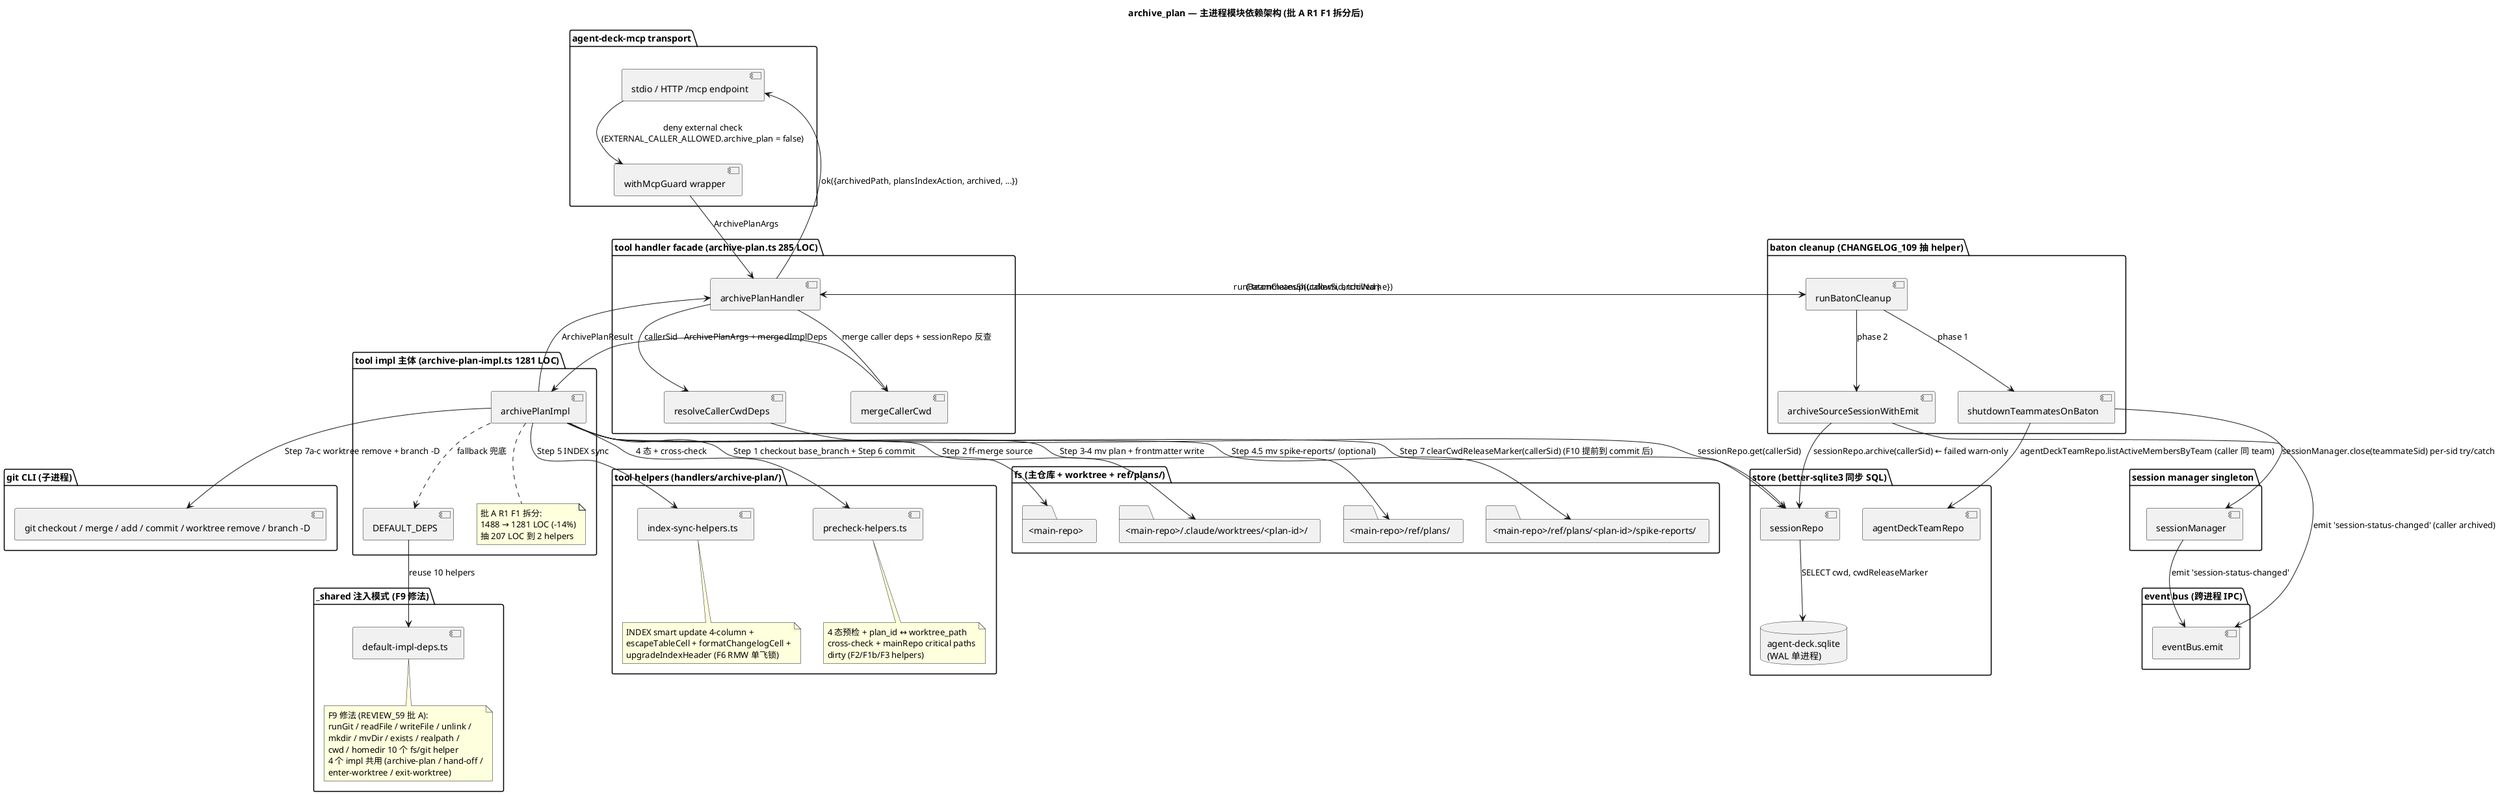
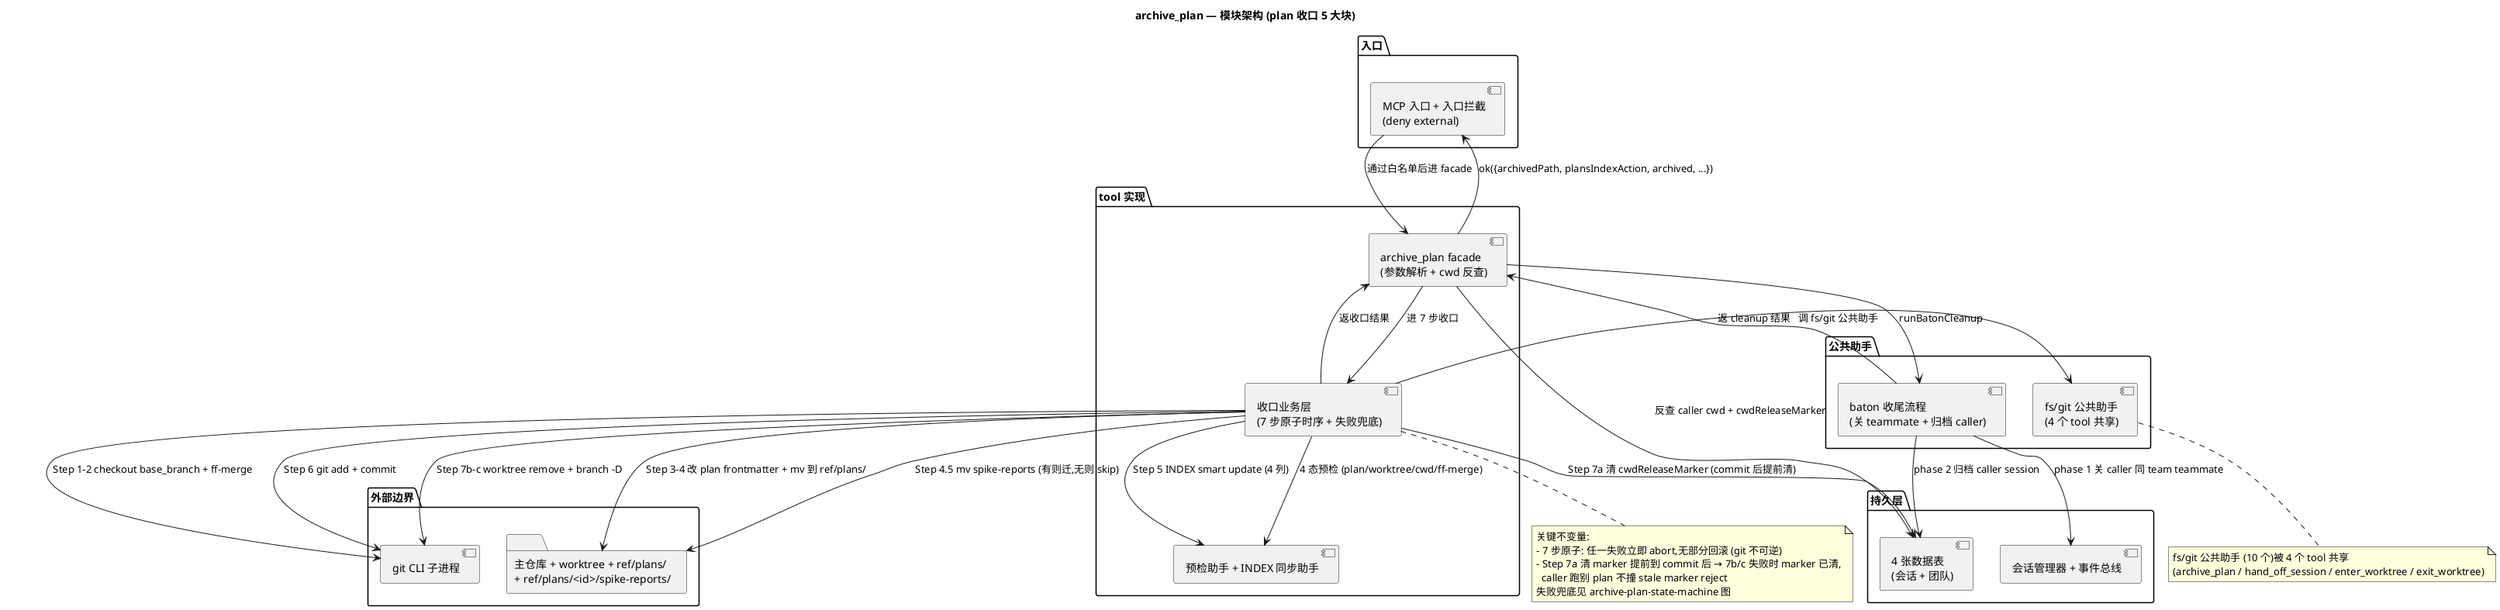
- ' commit: d5549c6 (deep-review 批 C 收口) / handler+impl+helpers 结构 (批 A R1 F1 拆分)
- ' description: archive_plan tool 主进程模块依赖架构 — handler facade / impl 主体 / 2 helpers / runBatonCleanup / sessionRepo + agentDeckTeamRepo / fs / git 跨边界
- ' last_updated: 2026-05-28
+ ' description: archive_plan tool 模块架构 — 5 大块,plan 收口 7 步主链路
+ ' last_updated: 2026-05-29
@startuml archive-plan-architecture

- title archive_plan — 主进程模块依赖架构 (批 A R1 F1 拆分后)
+ title archive_plan — 模块架构 (plan 收口 5 大块)

- package "agent-deck-mcp transport" {
-   [stdio / HTTP /mcp endpoint] as Transport
-   [withMcpGuard wrapper] as Guard
+ ' 节点名用日常术语优先,内部 module 名 / 函数名 / LOC / commit / REVIEW 引用见 INDEX
+ 
+ package "入口" as L1 {
+   [MCP 入口 + 入口拦截\n(deny external)] as Entry
}

- package "tool handler facade (archive-plan.ts 285 LOC)" {
-   [archivePlanHandler] as Handler
-   [resolveCallerCwdDeps] as ResolveCwd
-   [mergeCallerCwd] as MergeCwd
+ package "tool 实现" as L2 {
+   [archive_plan facade\n(参数解析 + cwd 反查)] as Handler
+   [收口业务层\n(7 步原子时序 + 失败兜底)] as Impl
+   [预检助手 + INDEX 同步助手] as Helpers
}

- package "tool impl 主体 (archive-plan-impl.ts 1281 LOC)" {
-   [archivePlanImpl] as Impl
-   [DEFAULT_DEPS] as DefDeps
-   note bottom of Impl
-     批 A R1 F1 拆分:
-     1488 → 1281 LOC (-14%)
-     抽 207 LOC 到 2 helpers
-   end note
+ package "公共助手" as L3 {
+   [fs/git 公共助手\n(4 个 tool 共享)] as SharedDeps
+   [baton 收尾流程\n(关 teammate + 归档 caller)] as Baton
}

- package "tool helpers (handlers/archive-plan/)" {
-   [precheck-helpers.ts] as Precheck
-   [index-sync-helpers.ts] as IndexSync
-   note bottom of Precheck
-     4 态预检 + plan_id ↔ worktree_path
-     cross-check + mainRepo critical paths
-     dirty (F2/F1b/F3 helpers)
-   end note
-   note bottom of IndexSync
-     INDEX smart update 4-column +
-     escapeTableCell + formatChangelogCell +
-     upgradeIndexHeader (F6 RMW 单飞锁)
-   end note
+ package "持久层" as L4 {
+   [4 张数据表\n(会话 + 团队)] as Repos
+   [会话管理器 + 事件总线] as SM
}

- package "baton cleanup (CHANGELOG_109 抽 helper)" {
-   [runBatonCleanup] as Baton
-   [shutdownTeammatesOnBaton] as Shutdown
-   [archiveSourceSessionWithEmit] as ArchiveCaller
- }
- 
- package "_shared 注入模式 (F9 修法)" {
-   [default-impl-deps.ts] as SharedDeps
-   note bottom of SharedDeps
-     F9 修法 (REVIEW_59 批 A):
-     runGit / readFile / writeFile / unlink /
-     mkdir / mvDir / exists / realpath /
-     cwd / homedir 10 个 fs/git helper
-     4 个 impl 共用 (archive-plan / hand-off /
-     enter-worktree / exit-worktree)
-   end note
- }
- 
- package "store (better-sqlite3 同步 SQL)" {
-   [sessionRepo] as SessionRepo
-   [agentDeckTeamRepo] as TeamRepo
-   database "agent-deck.sqlite\n(WAL 单进程)" as DB
- }
- 
- package "session manager singleton" {
-   [sessionManager] as SM
- }
- 
- package "event bus (跨进程 IPC)" {
-   [eventBus.emit] as EventBus
- }
- 
- package "fs (主仓库 + worktree + ref/plans/)" {
-   folder "<main-repo>" as MainRepo
-   folder "<main-repo>/.claude/worktrees/<plan-id>/" as Worktree
-   folder "<main-repo>/ref/plans/" as RefPlans
-   folder "<main-repo>/ref/plans/<plan-id>/spike-reports/" as SpikeReports
- }
- 
- package "git CLI (子进程)" {
-   [git checkout / merge / add / commit / worktree remove / branch -D] as Git
+ package "外部边界" as L5 {
+   folder "主仓库 + worktree + ref/plans/\n+ ref/plans/<id>/spike-reports/" as Fs
+   [git CLI 子进程] as Git
}

' ─── 调用链 ───

- Transport --> Guard : deny external check\n(EXTERNAL_CALLER_ALLOWED.archive_plan = false)
- Guard --> Handler : ArchivePlanArgs
+ Entry --> Handler : 通过白名单后进 facade
+ Handler --> Repos : 反查 caller cwd + cwdReleaseMarker
+ Handler --> Impl : 进 7 步收口

- Handler --> ResolveCwd : callerSid
- ResolveCwd --> SessionRepo : sessionRepo.get(callerSid)
- SessionRepo --> DB : SELECT cwd, cwdReleaseMarker
+ Impl --> Helpers : 4 态预检 (plan/worktree/cwd/ff-merge)
+ Impl --> SharedDeps : 调 fs/git 公共助手

- Handler --> MergeCwd : merge caller deps + sessionRepo 反查
- MergeCwd --> Impl : ArchivePlanArgs + mergedImplDeps
+ ' 7 步原子时序 (任一失败 abort 无部分回滚)
+ Impl --> Git : Step 1-2 checkout base_branch + ff-merge
+ Impl --> Fs : Step 3-4 改 plan frontmatter + mv 到 ref/plans/
+ Impl --> Fs : Step 4.5 mv spike-reports (有则迁,无则 skip)
+ Impl --> Helpers : Step 5 INDEX smart update (4 列)
+ Impl --> Git : Step 6 git add + commit
+ Impl --> Repos : Step 7a 清 cwdReleaseMarker (commit 后提前清)
+ Impl --> Git : Step 7b-c worktree remove + branch -D

- ' impl 内部依赖
- Impl ..> DefDeps : fallback 兜底
- DefDeps --> SharedDeps : reuse 10 helpers
- Impl --> Precheck : 4 态 + cross-check
- Impl --> IndexSync : Step 5 INDEX sync
+ Impl --> Handler : 返收口结果
+ Handler --> Baton : runBatonCleanup
+ Baton --> SM : phase 1 关 caller 同 team teammate
+ Baton --> Repos : phase 2 归档 caller session
+ Baton --> Handler : 返 cleanup 结果
+ Handler --> Entry : ok({archivedPath, plansIndexAction, archived, ...})

- ' impl → fs / git 路径 (走 SharedDeps fs/git default impl)
- Impl --> Worktree : Step 2 ff-merge source
- Impl --> MainRepo : Step 1 checkout base_branch + Step 6 commit
- Impl --> RefPlans : Step 3-4 mv plan + frontmatter write
- Impl --> SpikeReports : Step 4.5 mv spike-reports/ (optional)
- Impl --> Git : Step 7a-c worktree remove + branch -D
- Impl --> SessionRepo : Step 7 clearCwdReleaseMarker(callerSid) (F10 提前到 commit 后)
+ ' ─── 关键不变量 ───

- ' impl 完成后 → handler → runBatonCleanup
- Impl --> Handler : ArchivePlanResult
- Handler --> Baton : runBatonCleanup({callerSid, toolName})
+ note bottom of Impl
+   关键不变量:
+   - 7 步原子: 任一失败立即 abort,无部分回滚 (git 不可逆)
+   - Step 7a 清 marker 提前到 commit 后 → 7b/c 失败时 marker 已清,
+     caller 跑别 plan 不撞 stale marker reject
+   失败兜底见 archive-plan-state-machine 图
+ end note

- Baton --> Shutdown : phase 1
- Shutdown --> TeamRepo : agentDeckTeamRepo.listActiveMembersByTeam (caller 同 team)
- Shutdown --> SM : sessionManager.close(teammateSid) per-sid try/catch
- SM --> EventBus : emit 'session-status-changed'
- 
- Baton --> ArchiveCaller : phase 2
- ArchiveCaller --> SessionRepo : sessionRepo.archive(callerSid) ← failed warn-only
- ArchiveCaller --> EventBus : emit 'session-status-changed' (caller archived)
- 
- Baton --> Handler : { teammatesShutdown, archived }
- Handler --> Transport : ok({archivedPath, plansIndexAction, archived, ...})
+ note bottom of SharedDeps
+   fs/git 公共助手 (10 个)被 4 个 tool 共享
+   (archive_plan / hand_off_session / enter_worktree / exit_worktree)
+ end note

@enduml
